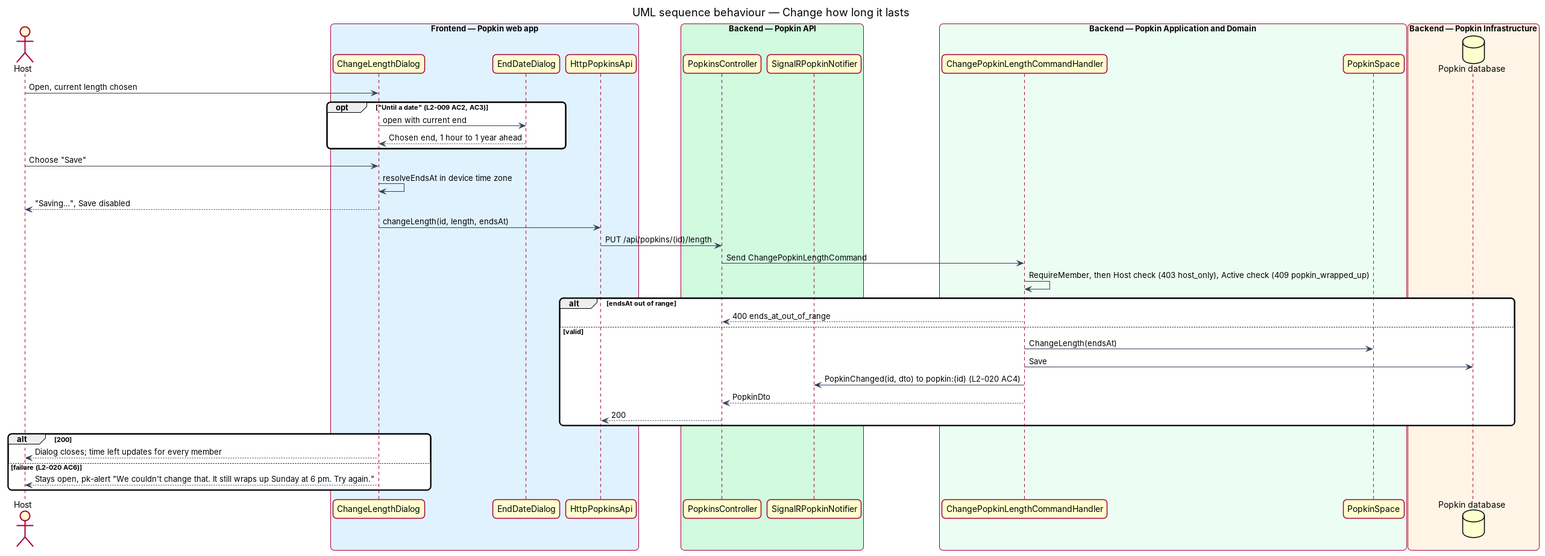
Before: docs/detailed-designs/popkins/popkin-settings/diagrams/sequence-change-length.png, a diagram exported from PlantUML (QuinntyneBrown/popkin). Its source is kept beside it as docs/detailed-designs/popkins/popkin-settings/diagrams/sequence-change-length.puml. Source of this version:
```plantuml
@startuml
title UML sequence behaviour — Change how long it lasts
skinparam backgroundColor #FFFFFF
skinparam shadowing false
skinparam roundcorner 12
skinparam defaultFontName Arial
skinparam ArrowColor #344054
skinparam rectangle {
  BorderColor #344054
  FontColor #101828
}
skinparam package {
  BorderColor #667085
  FontColor #101828
  BackgroundColor #F9FAFB
}
actor "Host" as actor
box "Frontend — Popkin web app" #E0F2FE
  participant "ChangeLengthDialog" as dlg
  participant "EndDateDialog" as enddlg
  participant "HttpPopkinsApi" as client
end box
box "Backend — Popkin API" #D1FADF
  participant "PopkinsController" as ctrl
  participant "SignalRPopkinNotifier" as notifier
end box
box "Backend — Popkin Application and Domain" #ECFDF3
  participant "ChangePopkinLengthCommandHandler" as handler
  participant "PopkinSpace" as entity
end box
box "Backend — Popkin Infrastructure" #FFF4E5
  database "Popkin database" as db
end box
actor -> dlg : Open, current length chosen
opt "Until a date" (L2-009 AC2, AC3)
  dlg -> enddlg : open with current end
  enddlg --> dlg : Chosen end, 1 hour to 1 year ahead
end
actor -> dlg : Choose "Save"
dlg -> dlg : resolveEndsAt in device time zone
dlg --> actor : "Saving…", Save disabled
dlg -> client : changeLength(id, length, endsAt)
client -> ctrl : PUT /api/popkins/(id)/length
ctrl -> handler : Send ChangePopkinLengthCommand
handler -> handler : RequireMember, then Host check (403 host_only), Active check (409 popkin_wrapped_up)
alt endsAt out of range
  handler --> ctrl : 400 ends_at_out_of_range
else valid
  handler -> entity : ChangeLength(endsAt)
  handler -> db : Save
  handler -> notifier : PopkinChanged(id, dto) to popkin:(id) (L2-020 AC4)
  handler --> ctrl : PopkinDto
  ctrl --> client : 200
end
alt 200
  dlg --> actor : Dialog closes; time left updates for every member
else failure (L2-020 AC6)
  dlg --> actor : Stays open, pk-alert "We couldn't change that. It still wraps up Sunday at 6 pm. Try again."
end
@enduml
```
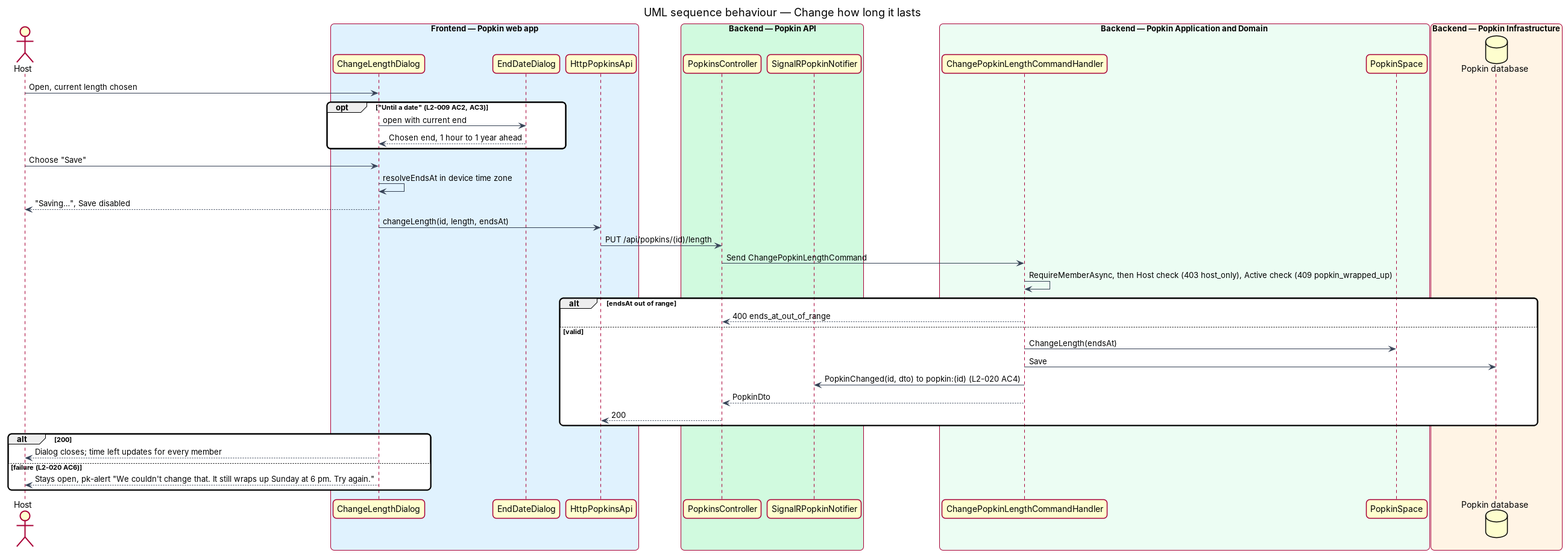
After the change.

Diff of the diagram source:
```diff
@@ -42,7 +42,7 @@
 dlg -> client : changeLength(id, length, endsAt)
 client -> ctrl : PUT /api/popkins/(id)/length
 ctrl -> handler : Send ChangePopkinLengthCommand
-handler -> handler : RequireMember, then Host check (403 host_only), Active check (409 popkin_wrapped_up)
+handler -> handler : RequireMemberAsync, then Host check (403 host_only), Active check (409 popkin_wrapped_up)
 alt endsAt out of range
   handler --> ctrl : 400 ends_at_out_of_range
 else valid
```
